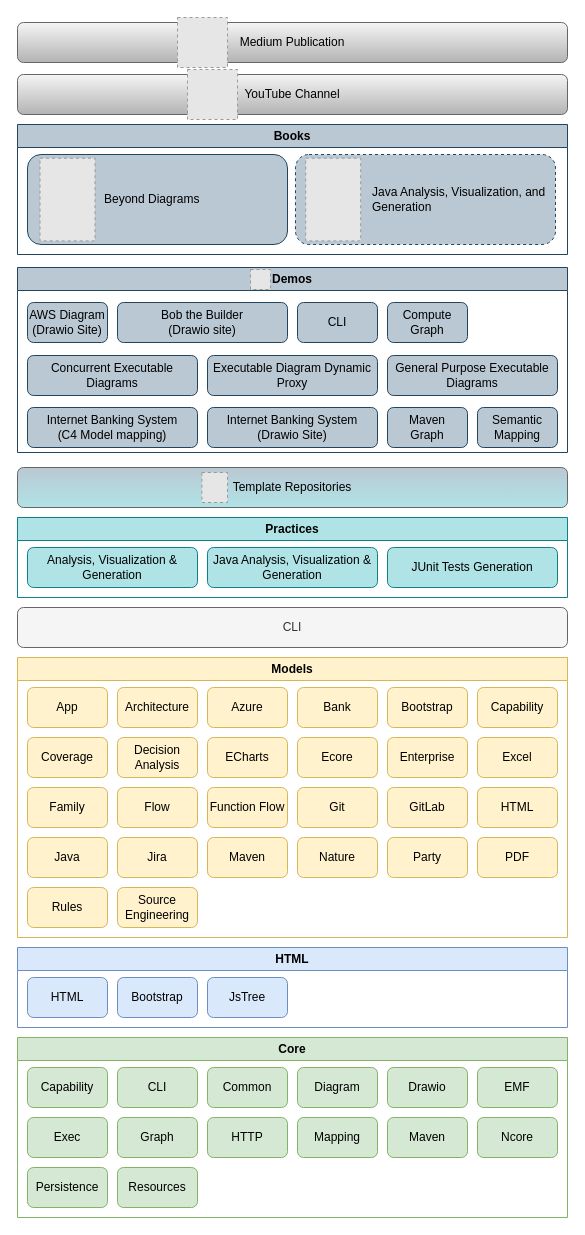
Before: model/nasdanika.drawio in Nasdanika/nasdanika.github.io, a draw.io diagram. Source tidied: cells renumbered, new cells numbered last; positions are measured from the earlier drawing's top-left corner, leaving out a move shared by most shapes. Both pictures are drawn from the tidied source at 100%, with x=0, y=0 at pixel (17, 17). Pictures stored in the file or linked from it are replaced by grey dashed boxes.
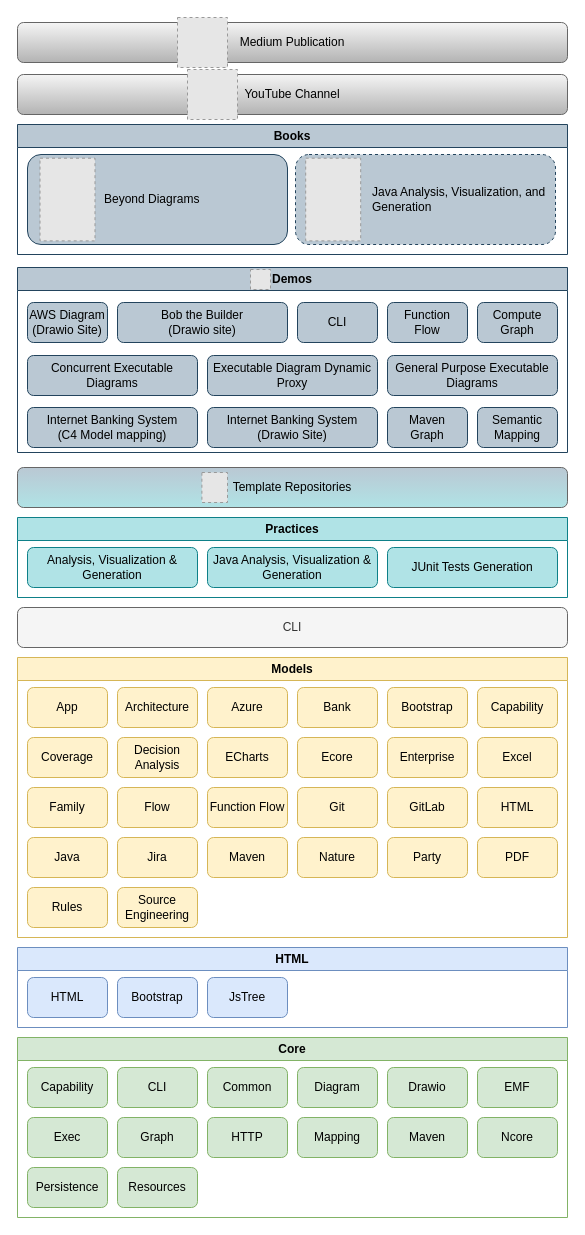
Above is the later version.

The change refers to these unchanged cells:
```xml
<mxCell id="64" value="Demos" style="swimlane;whiteSpace=wrap;html=1;fillColor=#bac8d3;strokeColor=#23445d;" parent="1" vertex="1">
  <mxGeometry y="250" width="550" height="185" as="geometry" />
</mxCell>
```

Change to the diagram source:
```diff
@@
-    <mxCell id="68" value="Compute&lt;div&gt;Graph&lt;/div&gt;" style="rounded=1;whiteSpace=wrap;html=1;fillColor=#bac8d3;strokeColor=#23445d;" parent="64" vertex="1">
+    <mxCell id="68" value="Function&lt;div&gt;Flow&lt;/div&gt;" style="rounded=1;whiteSpace=wrap;html=1;fillColor=#bac8d3;strokeColor=#23445d;" parent="64" vertex="1">
       <mxGeometry x="370" y="35" width="80" height="40" as="geometry" />
     </mxCell>
@@
+    <mxCell id="77" value="Compute&lt;div&gt;Graph&lt;/div&gt;" style="rounded=1;whiteSpace=wrap;html=1;fillColor=#bac8d3;strokeColor=#23445d;" parent="64" vertex="1">
+      <mxGeometry x="460" y="35" width="80" height="40" as="geometry" />
+    </mxCell>
```
